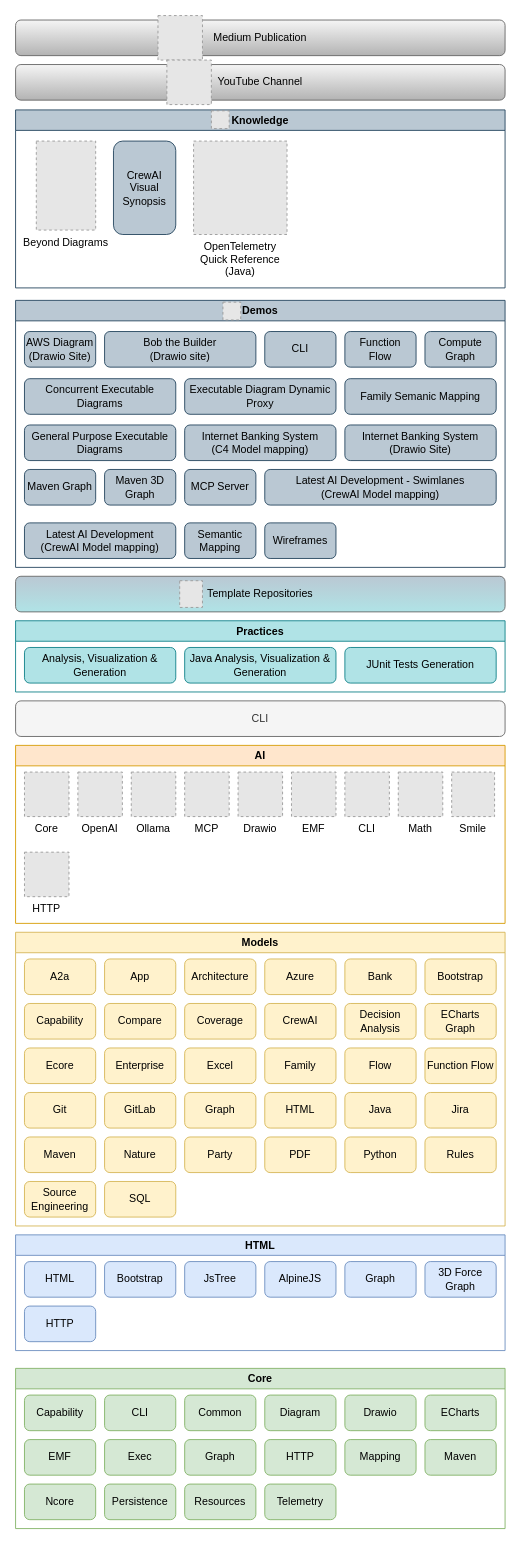
Earlier version of the draw.io diagram model/nasdanika.drawio (Nasdanika/nasdanika.github.io). Source tidied: cells renumbered, new cells numbered last; positions are measured from the earlier drawing's top-left corner, leaving out a move shared by most shapes. Both pictures are drawn from the tidied source at 89%, with x=0, y=0 at pixel (15, 15). Pictures stored in the file or linked from it are replaced by grey dashed boxes.
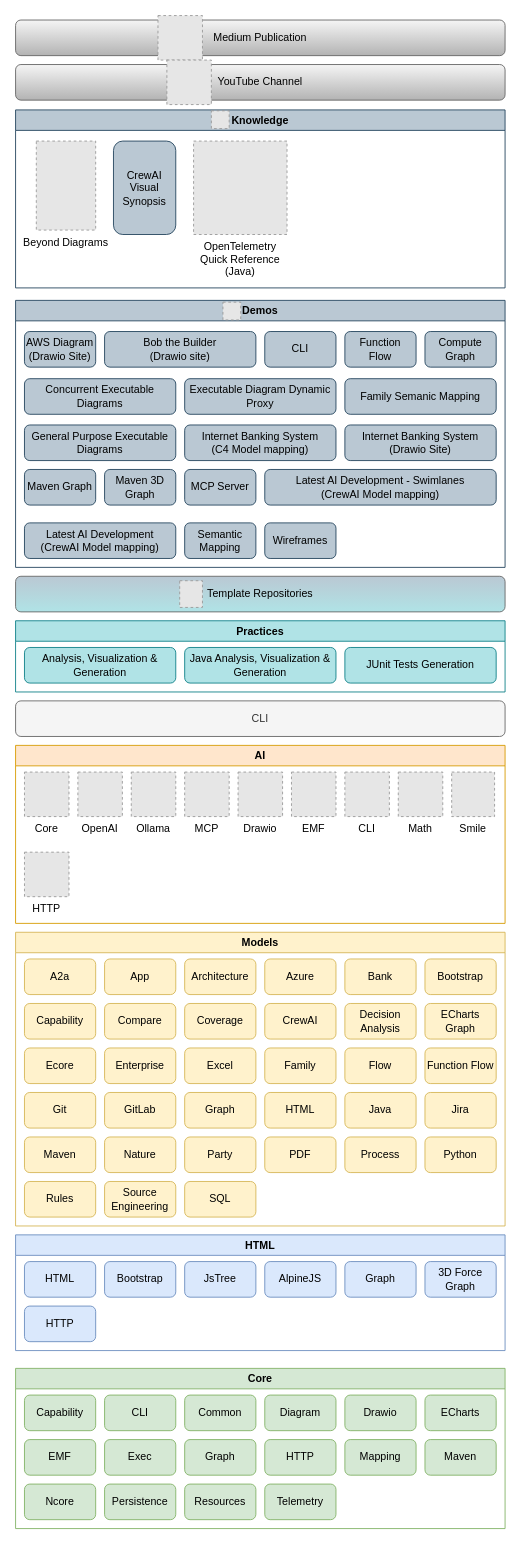
After the change.

The change refers to these unchanged cells:
```xml
<mxCell id="27" value="Models" style="swimlane;whiteSpace=wrap;html=1;fillColor=#fff2cc;strokeColor=#d6b656;" parent="1" vertex="1">
  <mxGeometry y="1030" width="550" height="330" as="geometry" />
</mxCell>
```

Change to the diagram source:
```diff
@@
     <mxCell id="37" value="Source&lt;div&gt;Engineering&lt;/div&gt;" style="rounded=1;whiteSpace=wrap;html=1;fillColor=#fff2cc;strokeColor=#d6b656;" parent="27" vertex="1">
-      <mxGeometry x="10" y="280" width="80" height="40" as="geometry" />
+      <mxGeometry x="100" y="280" width="80" height="40" as="geometry" />
     </mxCell>
@@
     <mxCell id="42" value="Rules" style="rounded=1;whiteSpace=wrap;html=1;fillColor=#fff2cc;strokeColor=#d6b656;" parent="27" vertex="1">
-      <mxGeometry x="460" y="230" width="80" height="40" as="geometry" />
+      <mxGeometry x="10" y="280" width="80" height="40" as="geometry" />
     </mxCell>
@@
     <mxCell id="55" value="Python" style="rounded=1;whiteSpace=wrap;html=1;fillColor=#fff2cc;strokeColor=#d6b656;" parent="27" vertex="1">
-      <mxGeometry x="370" y="230" width="80" height="40" as="geometry" />
+      <mxGeometry x="460" y="230" width="80" height="40" as="geometry" />
     </mxCell>
@@
     <mxCell id="58" value="SQL" style="rounded=1;whiteSpace=wrap;html=1;fillColor=#fff2cc;strokeColor=#d6b656;" parent="27" vertex="1">
-      <mxGeometry x="100" y="280" width="80" height="40" as="geometry" />
+      <mxGeometry x="190" y="280" width="80" height="40" as="geometry" />
     </mxCell>
@@
+    <mxCell id="107" value="Process" style="rounded=1;whiteSpace=wrap;html=1;fillColor=#fff2cc;strokeColor=#d6b656;" parent="27" vertex="1">
+      <mxGeometry x="370" y="230" width="80" height="40" as="geometry" />
+    </mxCell>
```
